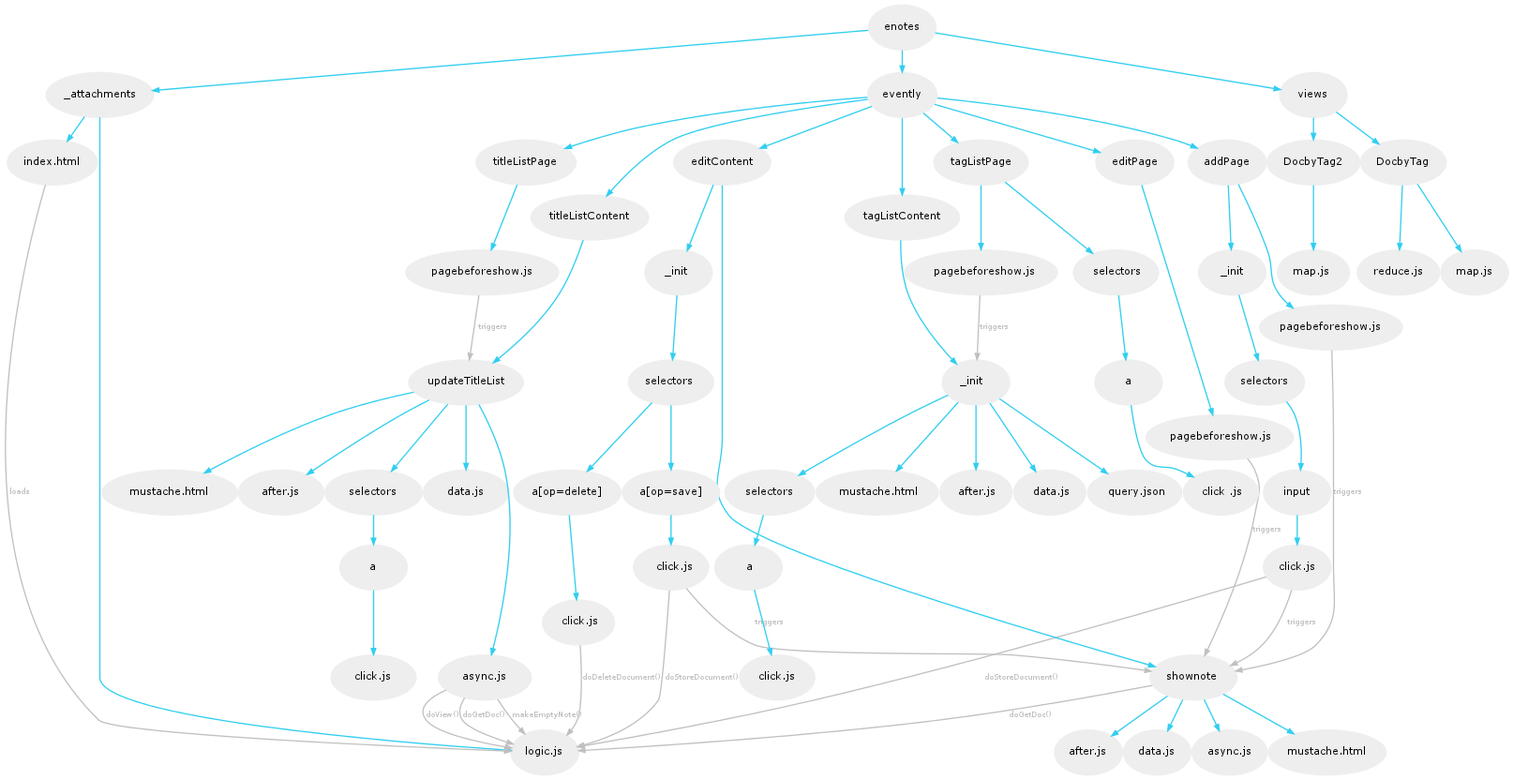
This is extra_documents/graphic2.dot.png from scubbx/CouchApp-eNotes-Tutorial, a Graphviz export, as it was before one commit. Its source is kept beside it as extra_documents/graphic2.dot. The source it was exported from:
```dot
digraph {
        graph [size="12,9"]
        graph [ranksep=0.00]
        graph [nodesep=0.00]
        graph [rankdir=TB]
        graph [ratio=auto]

        node [fontname=Verdana,fontsize=8]
        node [style=filled]
        node [fillcolor="#EEEEEE"]
        node [color="#EEEEEE"]
        edge [color="#31CEF0"]
        edge [fontsize=6]
        edge [arrowsize=0.5]
        edge [fontcolor=grey]
        edge [labelfloat=true]
        "enotes" [shape=box]

		"enotes" -> "_attachments"
			"_attachments" -> "index.html"
			"_attachments" -> "logic.js"

		"enotes" -> "evently"
			"evently" -> "addPage"
				"addPage" -> "pagebeforeshow.js"
				"addPage" -> "_init"
					"_init" -> "selectors"
						"selectors" -> "input"
							"input" -> "click.js"

			"evently" -> "editContent"
				"editContent" -> "shownote "
					"shownote " -> "data.js"
					"shownote " -> "async.js"
					"shownote " -> "mustache.html"
					"shownote " -> "after.js"
				"editContent" -> "_init "
					"_init " -> "selectors "
						"selectors " -> "a[op=delete]"
							"a[op=delete]" -> " click.js"
						"selectors " -> "a[op=save]"
							"a[op=save]" -> "  click.js"

			"evently" -> "editPage"
				"editPage" -> " pagebeforeshow.js"

			"evently" -> "tagListPage"
				"tagListPage" -> "  pagebeforeshow.js"
				"tagListPage" -> " selectors"
					" selectors" -> " a "
						" a " -> " click .js"

			"evently" -> "tagListContent"
				"tagListContent" -> "_init  "
					"_init  " -> " mustache.html"
					"_init  " -> " after.js"
					"_init  " -> " data.js"
					"_init  " -> " query.json"
					"_init  " -> " selectors "
						" selectors " -> "  a "
							"  a " -> " click.js "

			"evently" -> "titleListPage"
				"titleListPage" -> " pagebeforeshow.js "

			"evently" -> "titleListContent"
				"titleListContent" -> "updateTitleList"
					"updateTitleList" -> "  data.js  "
					"updateTitleList" -> "  async.js  "
					"updateTitleList" -> "  mustache.html  "
					"updateTitleList" -> "  after.js  "
					"updateTitleList" -> "  selectors  "
						"  selectors  " -> "  a  "
							"  a  " -> "  click.js  "

		"enotes" -> "views"
			"views" -> "DocbyTag"
				"DocbyTag" -> "map.js"
				"DocbyTag" -> "reduce.js"
			"views" -> "DocbyTag2"
				"DocbyTag2" -> "map.js "



		"index.html" -> "logic.js" [color=grey, label="loads", constraint=false]
		"pagebeforeshow.js" -> "shownote " [color=grey, label="triggers"]
		"click.js" -> "shownote " [color=grey, label="triggers"]
		"click.js" -> "logic.js" [color=grey, label="doStoreDocument()"]
		" pagebeforeshow.js " -> "updateTitleList" [color=grey, label="triggers"]
		"  async.js  " -> "logic.js" [color=grey, label="doGetDoc()"]
		"  async.js  " -> "logic.js" [color=grey, label="makeEmptyNote()"]
		"  pagebeforeshow.js" -> "_init  " [color=grey, label="triggers"]
		"  async.js  " -> "logic.js" [color=grey, label="doView()"]
		" pagebeforeshow.js" -> "shownote " [color=grey, label="triggers"]
		"shownote " -> "logic.js" [color=grey, label="doGetDoc()"]
		" click.js" -> "logic.js" [color=grey, label="doDeleteDocument()"]
		"  click.js" -> "logic.js" [color=grey, label="doStoreDocument()"]
		"  click.js" -> "shownote " [color=grey, label="triggers"]

	}
```
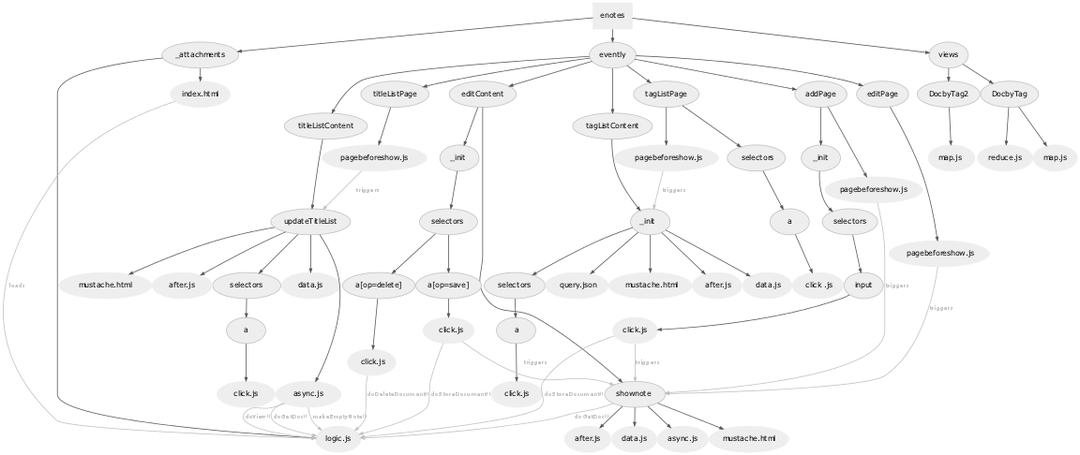
Above is the later version.

Commit message:
updated eNotes diagram

Diff of the diagram source:
```diff
@@ -1,100 +1,130 @@
 digraph {
-        graph [size="12,9"]
-        graph [ranksep=0.00]
-        graph [nodesep=0.00]
-        graph [rankdir=TB]
-        graph [ratio=auto]
+    graph [size="12,9"]
+    graph [ranksep=0.00]
+    graph [nodesep=0.00]
+    graph [rankdir=TB]
+    graph [ratio=auto]
+    graph [labelloc=t]
 
-        node [fontname=Verdana,fontsize=8]
-        node [style=filled]
-        node [fillcolor="#EEEEEE"]
-        node [color="#EEEEEE"]
-        edge [color="#31CEF0"]
-        edge [fontsize=6]
-        edge [arrowsize=0.5]
-        edge [fontcolor=grey]
-        edge [labelfloat=true]
-        "enotes" [shape=box]
+    node [fontname=Verdana,fontsize=10]
+    node [style=filled]
+    node [fillcolor="#EEEEEE"]
+    node [color="#EEEEEE"]
+    edge [color="#555555"]
+    edge [fontsize=8]
+    edge [arrowsize=0.5]
+    edge [fontcolor=grey]
 
-		"enotes" -> "_attachments"
-			"_attachments" -> "index.html"
-			"_attachments" -> "logic.js"
+    "enotes" [shape=box]
 
-		"enotes" -> "evently"
-			"evently" -> "addPage"
-				"addPage" -> "pagebeforeshow.js"
-				"addPage" -> "_init"
-					"_init" -> "selectors"
-						"selectors" -> "input"
-							"input" -> "click.js"
+    "_attachments" [color="grey"]
+    "evently" [color="grey"]
+    "addPage" [color="grey"]
+    "_init" [color="grey"]
+    "selectors" [color="grey"]
+    "input" [color="grey"]
+    "editContent" [color="grey"]
+    "shownote " [color="grey"]
+    "_init " [color="grey"]
+    "selectors " [color="grey"]
+    "a[op=delete]" [color="grey"]
+    "a[op=save]" [color="grey"]
+    "editPage" [color="grey"]
+    "tagListPage" [color="grey"]
+    " selectors" [color="grey"]
+    " a " [color="grey"]
+    "tagListContent" [color="grey"]
+    "_init  " [color="grey"]
+    " selectors " [color="grey"]
+    "  a " [color="grey"]
+    "titleListPage" [color="grey"]
+    "titleListContent" [color="grey"]
+    "updateTitleList" [color="grey"]
+    "  selectors  " [color="grey"]
+    "  a  " [color="grey"]
+    "views" [color="grey"]
+    "DocbyTag" [color="grey"]
+    "DocbyTag2" [color="grey"]
 
-			"evently" -> "editContent"
-				"editContent" -> "shownote "
-					"shownote " -> "data.js"
-					"shownote " -> "async.js"
-					"shownote " -> "mustache.html"
-					"shownote " -> "after.js"
-				"editContent" -> "_init "
-					"_init " -> "selectors "
-						"selectors " -> "a[op=delete]"
-							"a[op=delete]" -> " click.js"
-						"selectors " -> "a[op=save]"
-							"a[op=save]" -> "  click.js"
+    "enotes" -> "_attachments"
+        "_attachments" -> "index.html"
+        "_attachments" -> "logic.js"
 
-			"evently" -> "editPage"
-				"editPage" -> " pagebeforeshow.js"
+    "enotes" -> "evently"
+        "evently" -> "addPage"
+            "addPage" -> "pagebeforeshow.js"
+            "addPage" -> "_init"
+                "_init" -> "selectors"
+                    "selectors" -> "input"
+                        "input" -> "click.js"
 
-			"evently" -> "tagListPage"
-				"tagListPage" -> "  pagebeforeshow.js"
-				"tagListPage" -> " selectors"
-					" selectors" -> " a "
-						" a " -> " click .js"
+        "evently" -> "editContent"
+            "editContent" -> "shownote "
+                "shownote " -> "data.js"
+                "shownote " -> "async.js"
+                "shownote " -> "mustache.html"
+                "shownote " -> "after.js"
+            "editContent" -> "_init "
+                "_init " -> "selectors "
+                    "selectors " -> "a[op=delete]"
+                        "a[op=delete]" -> " click.js"
+                    "selectors " -> "a[op=save]"
+                        "a[op=save]" -> "  click.js"
 
-			"evently" -> "tagListContent"
-				"tagListContent" -> "_init  "
-					"_init  " -> " mustache.html"
-					"_init  " -> " after.js"
-					"_init  " -> " data.js"
-					"_init  " -> " query.json"
-					"_init  " -> " selectors "
-						" selectors " -> "  a "
-							"  a " -> " click.js "
+        "evently" -> "editPage"
+            "editPage" -> " pagebeforeshow.js"
 
-			"evently" -> "titleListPage"
-				"titleListPage" -> " pagebeforeshow.js "
+        "evently" -> "tagListPage"
+            "tagListPage" -> "  pagebeforeshow.js"
+            "tagListPage" -> " selectors"
+                " selectors" -> " a "
+                    " a " -> " click .js"
 
-			"evently" -> "titleListContent"
-				"titleListContent" -> "updateTitleList"
-					"updateTitleList" -> "  data.js  "
-					"updateTitleList" -> "  async.js  "
-					"updateTitleList" -> "  mustache.html  "
-					"updateTitleList" -> "  after.js  "
-					"updateTitleList" -> "  selectors  "
-						"  selectors  " -> "  a  "
-							"  a  " -> "  click.js  "
+        "evently" -> "tagListContent"
+            "tagListContent" -> "_init  "
+                "_init  " -> " mustache.html"
+                "_init  " -> " after.js"
+                "_init  " -> " data.js"
+                "_init  " -> " query.json"
+                "_init  " -> " selectors "
+                    " selectors " -> "  a "
+                        "  a " -> " click.js "
 
-		"enotes" -> "views"
-			"views" -> "DocbyTag"
-				"DocbyTag" -> "map.js"
-				"DocbyTag" -> "reduce.js"
-			"views" -> "DocbyTag2"
-				"DocbyTag2" -> "map.js "
+        "evently" -> "titleListPage"
+            "titleListPage" -> " pagebeforeshow.js "
+
+        "evently" -> "titleListContent"
+            "titleListContent" -> "updateTitleList"
+                "updateTitleList" -> "  data.js  "
+                "updateTitleList" -> "  async.js  "
+                "updateTitleList" -> "  mustache.html  "
+                "updateTitleList" -> "  after.js  "
+                "updateTitleList" -> "  selectors  "
+                    "  selectors  " -> "  a  "
+                        "  a  " -> "  click.js  "
+
+    "enotes" -> "views"
+        "views" -> "DocbyTag"
+            "DocbyTag" -> "map.js"
+            "DocbyTag" -> "reduce.js"
+        "views" -> "DocbyTag2"
+            "DocbyTag2" -> "map.js "
 
 
 
-		"index.html" -> "logic.js" [color=grey, label="loads", constraint=false]
-		"pagebeforeshow.js" -> "shownote " [color=grey, label="triggers"]
-		"click.js" -> "shownote " [color=grey, label="triggers"]
-		"click.js" -> "logic.js" [color=grey, label="doStoreDocument()"]
-		" pagebeforeshow.js " -> "updateTitleList" [color=grey, label="triggers"]
-		"  async.js  " -> "logic.js" [color=grey, label="doGetDoc()"]
-		"  async.js  " -> "logic.js" [color=grey, label="makeEmptyNote()"]
-		"  pagebeforeshow.js" -> "_init  " [color=grey, label="triggers"]
-		"  async.js  " -> "logic.js" [color=grey, label="doView()"]
-		" pagebeforeshow.js" -> "shownote " [color=grey, label="triggers"]
-		"shownote " -> "logic.js" [color=grey, label="doGetDoc()"]
-		" click.js" -> "logic.js" [color=grey, label="doDeleteDocument()"]
-		"  click.js" -> "logic.js" [color=grey, label="doStoreDocument()"]
-		"  click.js" -> "shownote " [color=grey, label="triggers"]
+    "index.html" -> "logic.js" [color=grey, label="loads", constraint=false]
+    "pagebeforeshow.js" -> "shownote " [color=grey, label="triggers"]
+    "click.js" -> "shownote " [color=grey, label="triggers"]
+    "click.js" -> "logic.js" [color=grey, label="doStoreDocument()"]
+    " pagebeforeshow.js " -> "updateTitleList" [color=grey, label="triggers"]
+    "  async.js  " -> "logic.js" [color=grey, label="doGetDoc()"]
+    "  async.js  " -> "logic.js" [color=grey, label="makeEmptyNote()"]
+    "  pagebeforeshow.js" -> "_init  " [color=grey, label="triggers"]
+    "  async.js  " -> "logic.js" [color=grey, label="doView()"]
+    " pagebeforeshow.js" -> "shownote " [color=grey, label="triggers"]
+    "shownote " -> "logic.js" [color=grey, label="doGetDoc()"]
+    " click.js" -> "logic.js" [color=grey, label="doDeleteDocument()"]
+    "  click.js" -> "logic.js" [color=grey, label="doStoreDocument()"]
+    "  click.js" -> "shownote " [color=grey, label="triggers"]
 
-	}
+}
```
